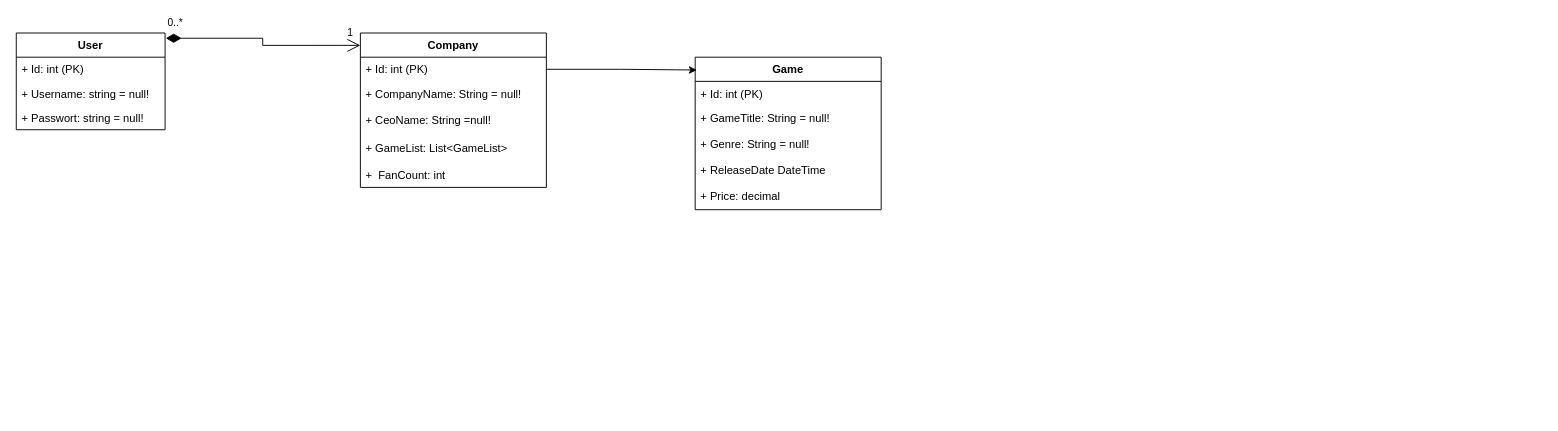
The draw.io diagram Doppelt_UML.drawio in BaranAlg/Multitool-Project, before the edit. Source tidied: cells renumbered, new cells numbered last; positions are measured from the earlier drawing's top-left corner, leaving out a move shared by most shapes. Both pictures are drawn from the tidied source at 93%, with x=0, y=0 at pixel (16, 33).
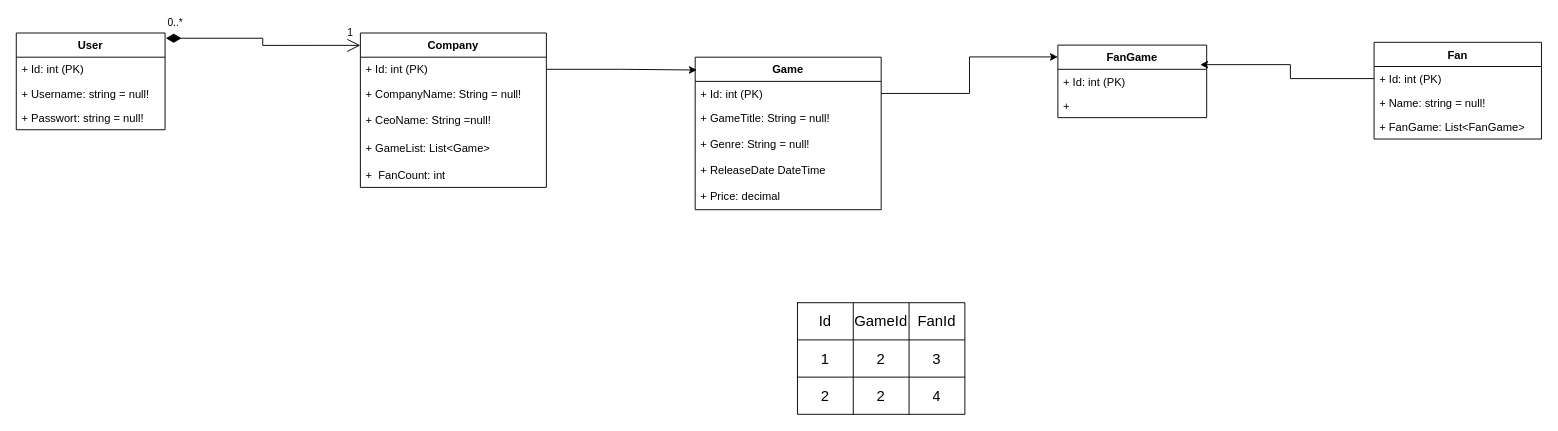
The same page after the edit.

Unchanged cells that the change refers to:
```xml
<mxCell id="2" value="Company" style="swimlane;fontStyle=1;align=center;verticalAlign=top;horizontal=1;startSize=26;whiteSpace=wrap;html=1;" parent="1" vertex="1">
  <mxGeometry x="370" width="200" height="166" as="geometry" />
</mxCell>
<mxCell id="15" value="+ Id: int (PK)" style="text;strokeColor=none;fillColor=none;align=left;verticalAlign=top;spacingLeft=4;spacingRight=4;overflow=hidden;points=[[0,0.5],[1,0.5]];portConstraint=eastwest;whiteSpace=wrap;html=1;" parent="14" vertex="1">
  <mxGeometry y="26" width="200" height="26" as="geometry" />
</mxCell>
```

Change to the diagram source:
```diff
@@
-    <mxCell id="6" value="&lt;div&gt;&lt;div&gt;&lt;div&gt;+ GameList: List&amp;lt;GameList&amp;gt;&lt;/div&gt;&lt;/div&gt;&lt;/div&gt;" style="text;strokeColor=none;fillColor=none;align=left;verticalAlign=top;spacingLeft=4;spacingRight=4;overflow=hidden;whiteSpace=wrap;html=1;" parent="2" vertex="1">
+    <mxCell id="6" value="&lt;div&gt;&lt;div&gt;&lt;div&gt;+ GameList: List&amp;lt;Game&amp;gt;&lt;/div&gt;&lt;/div&gt;&lt;/div&gt;" style="text;strokeColor=none;fillColor=none;align=left;verticalAlign=top;spacingLeft=4;spacingRight=4;overflow=hidden;whiteSpace=wrap;html=1;" parent="2" vertex="1">
       <mxGeometry y="110" width="200" height="30" as="geometry" />
     </mxCell>
@@
+    <mxCell id="21" value="Fan" style="swimlane;fontStyle=1;align=center;verticalAlign=top;horizontal=1;startSize=26;whiteSpace=wrap;html=1;" parent="1" vertex="1">
+      <mxGeometry x="1460" y="10" width="180" height="104" as="geometry" />
+    </mxCell>
+    <mxCell id="22" value="+ Id: int (PK)" style="text;strokeColor=none;fillColor=none;align=left;verticalAlign=top;spacingLeft=4;spacingRight=4;overflow=hidden;points=[[0,0.5],[1,0.5]];portConstraint=eastwest;whiteSpace=wrap;html=1;" parent="21" vertex="1">
+      <mxGeometry y="26" width="180" height="26" as="geometry" />
+    </mxCell>
+    <mxCell id="23" value="&lt;div&gt;+ Name: string = null!&lt;/div&gt;" style="text;strokeColor=none;fillColor=none;align=left;verticalAlign=top;spacingLeft=4;spacingRight=4;overflow=hidden;whiteSpace=wrap;html=1;" parent="21" vertex="1">
+      <mxGeometry y="52" width="180" height="26" as="geometry" />
+    </mxCell>
+    <mxCell id="24" value="+ FanGame: List&amp;lt;FanGame&amp;gt;" style="text;strokeColor=none;fillColor=none;align=left;verticalAlign=top;spacingLeft=4;spacingRight=4;overflow=hidden;whiteSpace=wrap;html=1;" parent="21" vertex="1">
+      <mxGeometry y="78" width="180" height="26" as="geometry" />
+    </mxCell>
+    <mxCell id="25" value="FanGame" style="swimlane;fontStyle=1;align=center;verticalAlign=top;horizontal=1;startSize=26;whiteSpace=wrap;html=1;" parent="1" vertex="1">
+      <mxGeometry x="1120" y="13" width="160" height="78" as="geometry" />
+    </mxCell>
+    <mxCell id="26" value="+ Id: int (PK)" style="text;strokeColor=none;fillColor=none;align=left;verticalAlign=top;spacingLeft=4;spacingRight=4;overflow=hidden;points=[[0,0.5],[1,0.5]];portConstraint=eastwest;whiteSpace=wrap;html=1;" parent="25" vertex="1">
+      <mxGeometry y="26" width="160" height="26" as="geometry" />
+    </mxCell>
+    <mxCell id="27" value="+" style="text;strokeColor=none;fillColor=none;align=left;verticalAlign=top;spacingLeft=4;spacingRight=4;overflow=hidden;whiteSpace=wrap;html=1;" parent="25" vertex="1">
+      <mxGeometry y="52" width="160" height="26" as="geometry" />
+    </mxCell>
+    <mxCell id="28" style="edgeStyle=orthogonalEdgeStyle;rounded=0;jettySize=auto;html=1;exitX=1;exitY=0.5;exitDx=0;exitDy=0;entryX=0;entryY=0.163;entryDx=0;entryDy=0;entryPerimeter=0;" parent="1" edge="1" source="15" target="25">
+      <mxGeometry relative="1" as="geometry" />
+    </mxCell>
+    <mxCell id="29" style="edgeStyle=orthogonalEdgeStyle;rounded=0;jettySize=auto;html=1;exitX=0;exitY=0.5;exitDx=0;exitDy=0;entryX=0.956;entryY=-0.192;entryDx=0;entryDy=0;entryPerimeter=0;" parent="1" edge="1" source="22" target="26">
+      <mxGeometry relative="1" as="geometry" />
+    </mxCell>
+    <mxCell id="30" style="shape=table;startSize=0;childLayout=tableLayout;fontSize=16;" parent="1" vertex="1">
+      <mxGeometry x="840" y="290" width="180" height="120" as="geometry" />
+    </mxCell>
+    <mxCell id="31" style="shape=tableRow;horizontal=0;startSize=0;swimlaneHead=0;swimlaneBody=0;strokeColor=inherit;top=0;left=0;bottom=0;right=0;fillColor=none;fontSize=16;" parent="30" vertex="1">
+      <mxGeometry width="180" height="40" as="geometry" />
+    </mxCell>
+    <mxCell id="32" value="Id" style="shape=partialRectangle;html=1;whiteSpace=wrap;strokeColor=inherit;overflow=hidden;fillColor=none;top=0;left=0;bottom=0;right=0;fontSize=16;" parent="31" vertex="1">
+      <mxGeometry width="60" height="40" as="geometry" />
+    </mxCell>
+    <mxCell id="33" value="GameId" style="shape=partialRectangle;html=1;whiteSpace=wrap;strokeColor=inherit;overflow=hidden;fillColor=none;top=0;left=0;bottom=0;right=0;fontSize=16;" parent="31" vertex="1">
+      <mxGeometry x="60" width="60" height="40" as="geometry" />
+    </mxCell>
+    <mxCell id="34" value="FanId" style="shape=partialRectangle;html=1;whiteSpace=wrap;strokeColor=inherit;overflow=hidden;fillColor=none;top=0;left=0;bottom=0;right=0;fontSize=16;" parent="31" vertex="1">
+      <mxGeometry x="120" width="60" height="40" as="geometry" />
+    </mxCell>
+    <mxCell id="35" style="shape=tableRow;horizontal=0;startSize=0;swimlaneHead=0;swimlaneBody=0;strokeColor=inherit;top=0;left=0;bottom=0;right=0;fillColor=none;fontSize=16;" parent="30" vertex="1">
+      <mxGeometry y="40" width="180" height="40" as="geometry" />
+    </mxCell>
+    <mxCell id="36" value="1" style="shape=partialRectangle;html=1;whiteSpace=wrap;strokeColor=inherit;overflow=hidden;fillColor=none;top=0;left=0;bottom=0;right=0;fontSize=16;" parent="35" vertex="1">
+      <mxGeometry width="60" height="40" as="geometry" />
+    </mxCell>
+    <mxCell id="37" value="2" style="shape=partialRectangle;html=1;whiteSpace=wrap;strokeColor=inherit;overflow=hidden;fillColor=none;top=0;left=0;bottom=0;right=0;fontSize=16;" parent="35" vertex="1">
+      <mxGeometry x="60" width="60" height="40" as="geometry" />
+    </mxCell>
+    <mxCell id="38" value="3" style="shape=partialRectangle;html=1;whiteSpace=wrap;strokeColor=inherit;overflow=hidden;fillColor=none;top=0;left=0;bottom=0;right=0;fontSize=16;" parent="35" vertex="1">
+      <mxGeometry x="120" width="60" height="40" as="geometry" />
+    </mxCell>
+    <mxCell id="39" style="shape=tableRow;horizontal=0;startSize=0;swimlaneHead=0;swimlaneBody=0;strokeColor=inherit;top=0;left=0;bottom=0;right=0;fillColor=none;fontSize=16;" parent="30" vertex="1">
+      <mxGeometry y="80" width="180" height="40" as="geometry" />
+    </mxCell>
+    <mxCell id="40" value="2" style="shape=partialRectangle;html=1;whiteSpace=wrap;strokeColor=inherit;overflow=hidden;fillColor=none;top=0;left=0;bottom=0;right=0;fontSize=16;" parent="39" vertex="1">
+      <mxGeometry width="60" height="40" as="geometry" />
+    </mxCell>
+    <mxCell id="41" value="2" style="shape=partialRectangle;html=1;whiteSpace=wrap;strokeColor=inherit;overflow=hidden;fillColor=none;top=0;left=0;bottom=0;right=0;fontSize=16;" parent="39" vertex="1">
+      <mxGeometry x="60" width="60" height="40" as="geometry" />
+    </mxCell>
+    <mxCell id="42" value="4" style="shape=partialRectangle;html=1;whiteSpace=wrap;strokeColor=inherit;overflow=hidden;fillColor=none;top=0;left=0;bottom=0;right=0;fontSize=16;" parent="39" vertex="1">
+      <mxGeometry x="120" width="60" height="40" as="geometry" />
+    </mxCell>
```
